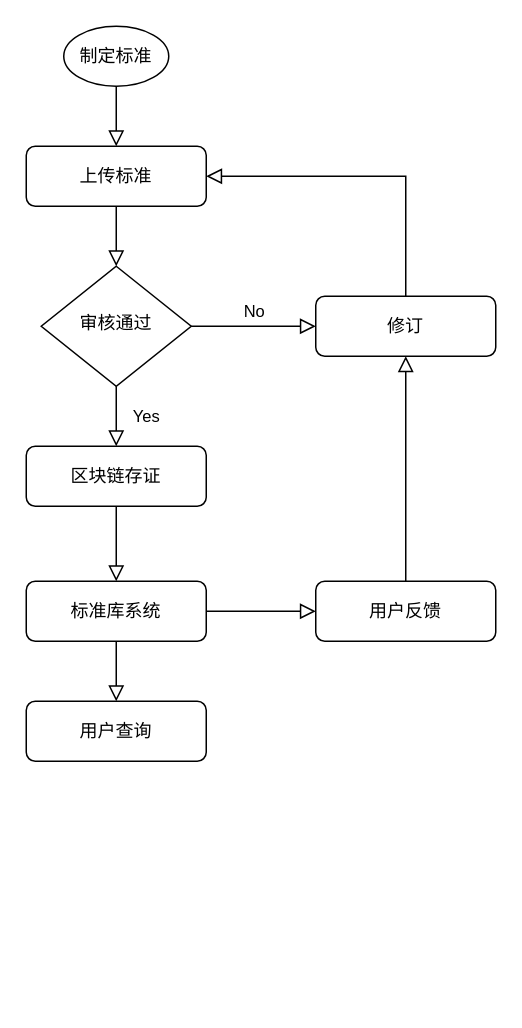
cnTailor/draw keeps this draw.io diagram as 备案.drawio. Above is the earlier version. Source tidied: cells renumbered, new cells numbered last; positions are measured from the earlier drawing's top-left corner, leaving out a move shared by most shapes. Both pictures are drawn from the tidied source at 150%, with x=0, y=0 at pixel (26, 26).
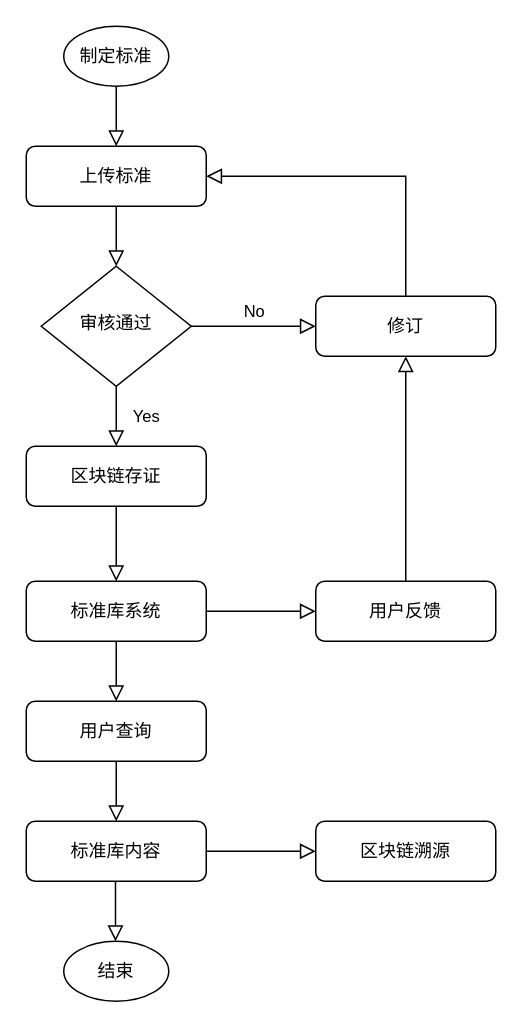
Above is the later version.

Diff of the diagram source:
```diff
@@
+    <mxCell id="20" value="区块链溯源" style="rounded=1;whiteSpace=wrap;html=1;fontSize=12;glass=0;strokeWidth=1;shadow=0;" parent="1" vertex="1">
+      <mxGeometry x="193" y="530" width="120" height="40" as="geometry" />
+    </mxCell>
+    <mxCell id="21" style="rounded=0;html=1;jettySize=auto;fontSize=11;endArrow=block;endFill=0;endSize=8;strokeWidth=1;shadow=0;labelBackgroundColor=none;edgeStyle=orthogonalEdgeStyle;exitX=1;exitY=0.5;exitDx=0;exitDy=0;entryX=0;entryY=0.5;entryDx=0;entryDy=0;" parent="1" edge="1" source="22" target="20">
+      <mxGeometry relative="1" as="geometry">
+        <Array as="points">
+          <mxPoint x="160" y="550" />
+          <mxPoint x="160" y="550" />
+        </Array>
+      </mxGeometry>
+    </mxCell>
+    <mxCell id="22" value="标准库内容" style="rounded=1;whiteSpace=wrap;html=1;fontSize=12;glass=0;strokeWidth=1;shadow=0;" parent="1" vertex="1">
+      <mxGeometry y="530" width="120" height="40" as="geometry" />
+    </mxCell>
+    <mxCell id="23" style="rounded=0;html=1;jettySize=auto;orthogonalLoop=1;fontSize=11;endArrow=block;endFill=0;endSize=8;strokeWidth=1;shadow=0;labelBackgroundColor=none;edgeStyle=orthogonalEdgeStyle;exitX=0.5;exitY=1;exitDx=0;exitDy=0;" parent="1" edge="1">
+      <mxGeometry relative="1" as="geometry">
+        <mxPoint x="60" y="490" as="sourcePoint" />
+        <mxPoint x="60" y="530" as="targetPoint" />
+        <Array as="points">
+          <mxPoint x="60" y="510" />
+          <mxPoint x="60" y="510" />
+        </Array>
+      </mxGeometry>
+    </mxCell>
+    <mxCell id="24" value="结束" style="ellipse;whiteSpace=wrap;html=1;" parent="1" vertex="1">
+      <mxGeometry x="25" y="610" width="70" height="40" as="geometry" />
+    </mxCell>
+    <mxCell id="25" style="rounded=0;html=1;jettySize=auto;orthogonalLoop=1;fontSize=11;endArrow=block;endFill=0;endSize=8;strokeWidth=1;shadow=0;labelBackgroundColor=none;edgeStyle=orthogonalEdgeStyle;exitX=0.5;exitY=1;exitDx=0;exitDy=0;" parent="1" edge="1">
+      <mxGeometry relative="1" as="geometry">
+        <mxPoint x="59.5" y="570" as="sourcePoint" />
+        <mxPoint x="59.5" y="610" as="targetPoint" />
+        <Array as="points">
+          <mxPoint x="59.5" y="590" />
+          <mxPoint x="59.5" y="590" />
+        </Array>
+      </mxGeometry>
+    </mxCell>
```
